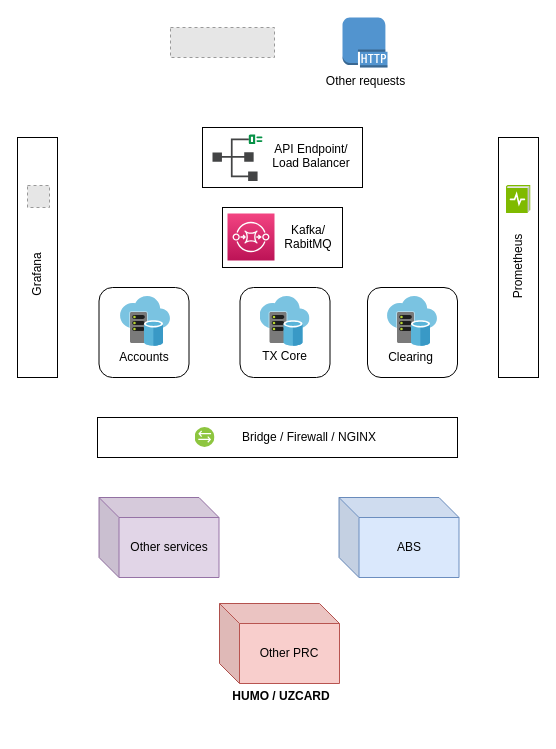
Earlier version of the draw.io diagram Untitled Diagram.drawio (bobomurod/eduLinks). Source tidied: cells renumbered, new cells numbered last; positions are measured from the earlier drawing's top-left corner, leaving out a move shared by most shapes. Both pictures are drawn from the tidied source at 100%, with x=0, y=0 at pixel (17, 17). Pictures stored in the file or linked from it are replaced by grey dashed boxes.
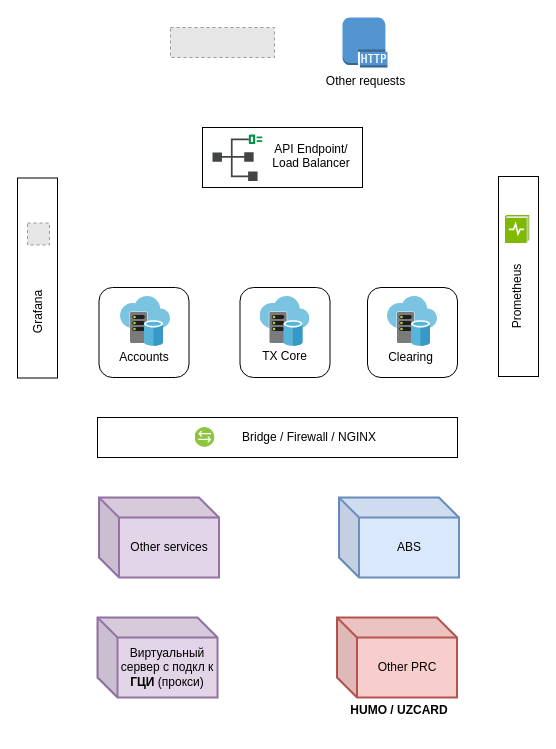
The same diagram, later.

What changed in the source:
```diff
@@
-    <mxCell id="5" style="rounded=0;whiteSpace=wrap;html=1;" parent="1" vertex="1">
-      <mxGeometry x="205" y="190" width="120" height="60" as="geometry" />
-    </mxCell>
-    <mxCell id="6" value="&lt;div&gt;Kafka/&lt;/div&gt;&lt;div&gt;RabitMQ&lt;/div&gt;&lt;div&gt;&lt;br&gt;&lt;/div&gt;" style="text;html=1;strokeColor=none;fillColor=none;align=center;verticalAlign=middle;whiteSpace=wrap;rounded=0;" parent="1" vertex="1">
-      <mxGeometry x="271" y="217" width="40" height="20" as="geometry" />
-    </mxCell>
     <mxCell id="7" style="rounded=0;whiteSpace=wrap;html=1;" parent="1" vertex="1">
-      <mxGeometry y="120" width="40" height="240" as="geometry" />
+      <mxGeometry y="160.5" width="40" height="200" as="geometry" />
     </mxCell>
     <mxCell id="8" value="&lt;div&gt;Grafana&lt;/div&gt;" style="text;html=1;strokeColor=none;fillColor=none;align=center;verticalAlign=middle;whiteSpace=wrap;rounded=0;rotation=-90;" parent="1" vertex="1">
-      <mxGeometry y="247" width="40" height="20" as="geometry" />
+      <mxGeometry y="284.5" width="40" height="20" as="geometry" />
     </mxCell>
     <mxCell id="9" style="rounded=0;whiteSpace=wrap;html=1;" parent="1" vertex="1">
-      <mxGeometry x="481" y="120" width="40" height="240" as="geometry" />
+      <mxGeometry x="481" y="159" width="40" height="200" as="geometry" />
     </mxCell>
     <mxCell id="10" value="Prometheus" style="text;html=1;strokeColor=none;fillColor=none;align=center;verticalAlign=middle;whiteSpace=wrap;rounded=0;rotation=-90;" parent="1" vertex="1">
-      <mxGeometry x="481" y="239" width="40" height="20" as="geometry" />
+      <mxGeometry x="480" y="269" width="40" height="20" as="geometry" />
     </mxCell>
@@
-    <mxCell id="14" value="&lt;div&gt;ABS&lt;/div&gt;" style="shape=cube;whiteSpace=wrap;html=1;boundedLbl=1;backgroundOutline=1;darkOpacity=0.05;darkOpacity2=0.1;direction=east;fillColor=#dae8fc;strokeColor=#6c8ebf;" parent="1" vertex="1">
+    <mxCell id="14" value="&lt;div&gt;ABS&lt;/div&gt;" style="shape=cube;whiteSpace=wrap;html=1;boundedLbl=1;backgroundOutline=1;darkOpacity=0.05;darkOpacity2=0.1;direction=east;fillColor=#dae8fc;strokeColor=#6c8ebf;strokeWidth=2;" parent="1" vertex="1">
       <mxGeometry x="321.5" y="480" width="120" height="80" as="geometry" />
     </mxCell>
-    <mxCell id="15" value="Other services" style="shape=cube;whiteSpace=wrap;html=1;boundedLbl=1;backgroundOutline=1;darkOpacity=0.05;darkOpacity2=0.1;fillColor=#e1d5e7;strokeColor=#9673a6;" parent="1" vertex="1">
+    <mxCell id="15" value="Other services" style="shape=cube;whiteSpace=wrap;html=1;boundedLbl=1;backgroundOutline=1;darkOpacity=0.05;darkOpacity2=0.1;fillColor=#e1d5e7;strokeColor=#9673a6;strokeWidth=2;" parent="1" vertex="1">
       <mxGeometry x="81.5" y="480" width="120" height="80" as="geometry" />
     </mxCell>
-    <mxCell id="16" value="Other PRC" style="shape=cube;whiteSpace=wrap;html=1;boundedLbl=1;backgroundOutline=1;darkOpacity=0.05;darkOpacity2=0.1;fillColor=#f8cecc;strokeColor=#b85450;" parent="1" vertex="1">
-      <mxGeometry x="202" y="586" width="120" height="80" as="geometry" />
+    <mxCell id="16" value="Other PRC" style="shape=cube;whiteSpace=wrap;html=1;boundedLbl=1;backgroundOutline=1;darkOpacity=0.05;darkOpacity2=0.1;fillColor=#f8cecc;strokeColor=#b85450;strokeWidth=2;" parent="1" vertex="1">
+      <mxGeometry x="319.5" y="600" width="120" height="80" as="geometry" />
     </mxCell>
     <mxCell id="17" value="&lt;div&gt;&lt;b&gt;HUMO / UZCARD&lt;/b&gt;&lt;/div&gt;&lt;div&gt;&lt;b&gt;&lt;br&gt;&lt;/b&gt;&lt;/div&gt;" style="text;html=1;strokeColor=none;fillColor=none;align=center;verticalAlign=middle;whiteSpace=wrap;rounded=0;" parent="1" vertex="1">
-      <mxGeometry x="184" y="676" width="160" height="20" as="geometry" />
+      <mxGeometry x="301.5" y="690" width="160" height="20" as="geometry" />
     </mxCell>
@@
-    <mxCell id="30" style="fontColor=#232F3E;gradientColor=#F34482;gradientDirection=north;fillColor=#BC1356;strokeColor=#ffffff;dashed=0;verticalLabelPosition=bottom;verticalAlign=top;align=center;html=1;fontSize=12;fontStyle=0;shape=mxgraph.aws4.resourceIcon;resIcon=mxgraph.aws4.sqs;" parent="1" vertex="1">
-      <mxGeometry x="210" y="196" width="47" height="47" as="geometry" />
-    </mxCell>
     <mxCell id="31" style="html=1;perimeter=none;align=center;shadow=0;dashed=0;image;fontSize=12;image=img/lib/mscae/LogDiagnostics.svg;" parent="1" vertex="1">
-      <mxGeometry x="488.5" y="168" width="25" height="28" as="geometry" />
+      <mxGeometry x="487.5" y="198" width="25" height="28" as="geometry" />
     </mxCell>
     <mxCell id="32" style="fillColor=#E6E6E6;strokeColor=#999999;dashed=1;html=1;verticalAlign=top;verticalLabelPosition=bottom;labelBackgroundColor=#ffffff;" parent="1" vertex="1">
-      <mxGeometry x="10" y="168" width="22" height="22" as="geometry" />
+      <mxGeometry x="10" y="205.5" width="22" height="22" as="geometry" />
     </mxCell>
+    <mxCell id="33" value="Виртуальный сервер с подкл к &lt;b&gt;ГЦИ&lt;/b&gt; (прокси)" style="shape=cube;whiteSpace=wrap;html=1;boundedLbl=1;backgroundOutline=1;darkOpacity=0.05;darkOpacity2=0.1;fillColor=#e1d5e7;strokeColor=#9673a6;strokeWidth=2;" parent="1" vertex="1">
+      <mxGeometry x="80" y="600" width="120" height="80" as="geometry" />
+    </mxCell>
```
